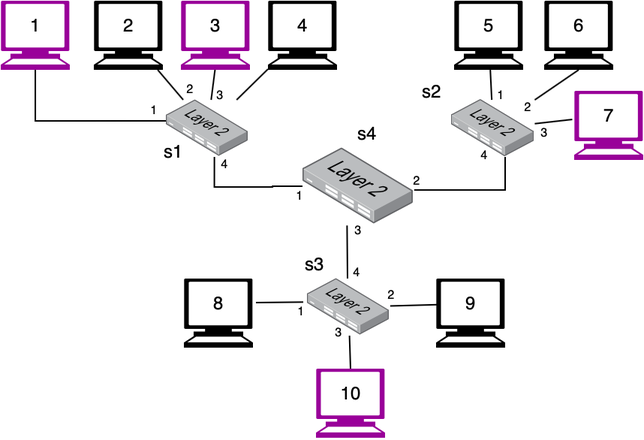
t-lin/ECE361-handouts keeps this draw.io diagram as lab5/images/part-2-sw-1.png. Above is the earlier version. Source tidied: cells renumbered, new cells last; positions are measured from the earlier drawing's top-left corner, leaving out a move shared by most shapes. Source of this version:
```xml
<mxGraphModel>
  <root>
    <mxCell id="0" />
    <mxCell id="1" parent="0" />
    <mxCell id="2" style="edgeStyle=orthogonalEdgeStyle;rounded=0;jettySize=auto;html=1;startArrow=none;startFill=0;endArrow=none;endFill=0;entryX=0.583;entryY=1;entryDx=0;entryDy=0;entryPerimeter=0;" parent="1" edge="1" source="26" target="4">
      <mxGeometry relative="1" as="geometry" />
    </mxCell>
    <mxCell id="3" style="edgeStyle=orthogonalEdgeStyle;rounded=0;jettySize=auto;html=1;startArrow=none;startFill=0;endArrow=none;endFill=0;" parent="1" edge="1" source="11" target="26">
      <mxGeometry relative="1" as="geometry">
        <Array as="points">
          <mxPoint x="336" y="126" />
        </Array>
      </mxGeometry>
    </mxCell>
    <mxCell id="4" style="points=[];html=1;align=center;shadow=0;dashed=0;image;image=img/lib/allied_telesis/switch/Switch_24_port_L2.svg;" parent="1" vertex="1">
      <mxGeometry x="110" y="66" width="55.4" height="38" as="geometry" />
    </mxCell>
    <mxCell id="5" style="rounded=0;jettySize=auto;html=1;endArrow=none;endFill=0;exitX=0.487;exitY=0;exitDx=0;exitDy=0;exitPerimeter=0;entryX=0.399;entryY=1.013;entryDx=0;entryDy=0;entryPerimeter=0;" parent="1" edge="1" source="8" target="26">
      <mxGeometry relative="1" as="geometry" />
    </mxCell>
    <mxCell id="6" style="edgeStyle=none;rounded=0;jettySize=auto;html=1;entryX=0.5;entryY=0;entryDx=0;entryDy=0;entryPerimeter=0;endArrow=none;endFill=0;" parent="1" edge="1" source="8" target="51">
      <mxGeometry relative="1" as="geometry" />
    </mxCell>
    <mxCell id="7" style="edgeStyle=none;rounded=0;jettySize=auto;html=1;entryX=0.051;entryY=0.377;entryDx=0;entryDy=0;entryPerimeter=0;endArrow=none;endFill=0;" parent="1" edge="1" source="8" target="41">
      <mxGeometry relative="1" as="geometry" />
    </mxCell>
    <mxCell id="8" style="points=[];html=1;align=center;shadow=0;dashed=0;image;image=img/lib/allied_telesis/switch/Switch_24_port_L2.svg;" parent="1" vertex="1">
      <mxGeometry x="204" y="185" width="55.4" height="38" as="geometry" />
    </mxCell>
    <mxCell id="9" value="s2" style="text;html=1;align=center;verticalAlign=middle;" parent="1" vertex="1">
      <mxGeometry x="272" y="50" width="30" height="20" as="geometry" />
    </mxCell>
    <mxCell id="10" value="s1" style="text;html=1;align=center;verticalAlign=middle;" parent="1" vertex="1">
      <mxGeometry x="100" y="90" width="30" height="20" as="geometry" />
    </mxCell>
    <mxCell id="11" style="points=[];html=1;align=center;shadow=0;dashed=0;image;image=img/lib/allied_telesis/switch/Switch_24_port_L2.svg;" parent="1" vertex="1">
      <mxGeometry x="300.3" y="66" width="55.4" height="38" as="geometry" />
    </mxCell>
    <mxCell id="12" value="s4" style="text;html=1;align=center;verticalAlign=middle;" parent="1" vertex="1">
      <mxGeometry x="229.4" y="78" width="30" height="20" as="geometry" />
    </mxCell>
    <mxCell id="13" style="group;" parent="1" vertex="1">
      <mxGeometry x="62" width="46" height="46" as="geometry" />
    </mxCell>
    <mxCell id="14" style="shape=mxgraph.signs.tech.computer;html=1;fillColor=#000000;strokeColor=none;verticalLabelPosition=bottom;verticalAlign=top;align=center;" parent="13" vertex="1">
      <mxGeometry width="46" height="46" as="geometry" />
    </mxCell>
    <mxCell id="15" value="2" style="text;html=1;align=center;verticalAlign=middle;" parent="13" vertex="1">
      <mxGeometry x="13" y="6" width="20" height="20" as="geometry" />
    </mxCell>
    <mxCell id="16" style="group;" parent="1" vertex="1">
      <mxGeometry x="178" width="46" height="46" as="geometry" />
    </mxCell>
    <mxCell id="17" style="shape=mxgraph.signs.tech.computer;html=1;fillColor=#000000;strokeColor=none;verticalLabelPosition=bottom;verticalAlign=top;align=center;" parent="16" vertex="1">
      <mxGeometry width="46" height="46" as="geometry" />
    </mxCell>
    <mxCell id="18" value="4" style="text;html=1;align=center;verticalAlign=middle;" parent="16" vertex="1">
      <mxGeometry x="13" y="6" width="20" height="20" as="geometry" />
    </mxCell>
    <mxCell id="19" style="group;" parent="1" vertex="1">
      <mxGeometry width="46" height="46" as="geometry" />
    </mxCell>
    <mxCell id="20" style="shape=mxgraph.signs.tech.computer;html=1;fillColor=#990099;strokeColor=none;verticalLabelPosition=bottom;verticalAlign=top;align=center;" parent="19" vertex="1">
      <mxGeometry width="46" height="46" as="geometry" />
    </mxCell>
    <mxCell id="21" value="1" style="text;html=1;align=center;verticalAlign=middle;" parent="19" vertex="1">
      <mxGeometry x="13" y="6" width="20" height="20" as="geometry" />
    </mxCell>
    <mxCell id="22" style="edgeStyle=none;rounded=0;jettySize=auto;html=1;endArrow=none;endFill=0;exitX=0.499;exitY=0.961;exitDx=0;exitDy=0;exitPerimeter=0;" parent="1" edge="1" source="48" target="4">
      <mxGeometry relative="1" as="geometry" />
    </mxCell>
    <mxCell id="23" style="edgeStyle=none;rounded=0;jettySize=auto;html=1;endArrow=none;endFill=0;" parent="1" edge="1" source="17" target="4">
      <mxGeometry relative="1" as="geometry" />
    </mxCell>
    <mxCell id="24" style="edgeStyle=none;rounded=0;jettySize=auto;html=1;endArrow=none;endFill=0;" parent="1" edge="1" source="14" target="4">
      <mxGeometry relative="1" as="geometry" />
    </mxCell>
    <mxCell id="25" style="edgeStyle=orthogonalEdgeStyle;rounded=0;jettySize=auto;html=1;entryX=0;entryY=0.368;entryDx=0;entryDy=0;entryPerimeter=0;endArrow=none;endFill=0;" parent="1" edge="1" source="20" target="4">
      <mxGeometry relative="1" as="geometry">
        <Array as="points">
          <mxPoint x="23" y="80" />
        </Array>
      </mxGeometry>
    </mxCell>
    <mxCell id="26" style="points=[];html=1;align=center;shadow=0;dashed=0;image;image=img/lib/allied_telesis/switch/Switch_24_port_L2.svg;" parent="1" vertex="1">
      <mxGeometry x="201" y="98" width="74.4" height="51" as="geometry" />
    </mxCell>
    <mxCell id="27" style="group;fillColor=#ffffff;" parent="1" vertex="1">
      <mxGeometry x="302" width="46" height="46" as="geometry" />
    </mxCell>
    <mxCell id="28" style="shape=mxgraph.signs.tech.computer;html=1;fillColor=#000000;strokeColor=none;verticalLabelPosition=bottom;verticalAlign=top;align=center;" parent="27" vertex="1">
      <mxGeometry width="46" height="46" as="geometry" />
    </mxCell>
    <mxCell id="29" value="5" style="text;html=1;align=center;verticalAlign=middle;" parent="27" vertex="1">
      <mxGeometry x="13" y="6" width="20" height="20" as="geometry" />
    </mxCell>
    <mxCell id="30" style="group;" parent="1" vertex="1">
      <mxGeometry x="362" width="46" height="46" as="geometry" />
    </mxCell>
    <mxCell id="31" style="shape=mxgraph.signs.tech.computer;html=1;fillColor=#000000;strokeColor=none;verticalLabelPosition=bottom;verticalAlign=top;align=center;" parent="30" vertex="1">
      <mxGeometry width="46" height="46" as="geometry" />
    </mxCell>
    <mxCell id="32" value="6" style="text;html=1;align=center;verticalAlign=middle;" parent="30" vertex="1">
      <mxGeometry x="13" y="6" width="20" height="20" as="geometry" />
    </mxCell>
    <mxCell id="33" style="group;" parent="1" vertex="1">
      <mxGeometry x="382" y="60" width="46" height="46" as="geometry" />
    </mxCell>
    <mxCell id="34" style="shape=mxgraph.signs.tech.computer;html=1;fillColor=#990099;strokeColor=none;verticalLabelPosition=bottom;verticalAlign=top;align=center;" parent="33" vertex="1">
      <mxGeometry width="46" height="46" as="geometry" />
    </mxCell>
    <mxCell id="35" value="7" style="text;html=1;align=center;verticalAlign=middle;" parent="33" vertex="1">
      <mxGeometry x="13" y="6" width="20" height="20" as="geometry" />
    </mxCell>
    <mxCell id="36" style="rounded=0;jettySize=auto;html=1;endArrow=none;endFill=0;" parent="1" edge="1" source="28" target="11">
      <mxGeometry relative="1" as="geometry" />
    </mxCell>
    <mxCell id="37" style="edgeStyle=none;rounded=0;jettySize=auto;html=1;exitX=0.5;exitY=1;exitDx=0;exitDy=0;exitPerimeter=0;endArrow=none;endFill=0;" parent="1" edge="1" source="31" target="11">
      <mxGeometry relative="1" as="geometry" />
    </mxCell>
    <mxCell id="38" style="edgeStyle=none;rounded=0;jettySize=auto;html=1;endArrow=none;endFill=0;exitX=-0.028;exitY=0.414;exitDx=0;exitDy=0;exitPerimeter=0;" parent="1" edge="1" source="34" target="11">
      <mxGeometry relative="1" as="geometry" />
    </mxCell>
    <mxCell id="39" value="s3" style="text;html=1;align=center;verticalAlign=middle;" parent="1" vertex="1">
      <mxGeometry x="194" y="165" width="30" height="20" as="geometry" />
    </mxCell>
    <mxCell id="40" style="group;" parent="1" vertex="1">
      <mxGeometry x="290" y="185" width="46" height="46" as="geometry" />
    </mxCell>
    <mxCell id="41" style="shape=mxgraph.signs.tech.computer;html=1;fillColor=#000000;strokeColor=none;verticalLabelPosition=bottom;verticalAlign=top;align=center;" parent="40" vertex="1">
      <mxGeometry width="46" height="46" as="geometry" />
    </mxCell>
    <mxCell id="42" value="9" style="text;html=1;align=center;verticalAlign=middle;" parent="40" vertex="1">
      <mxGeometry x="13" y="6" width="20" height="20" as="geometry" />
    </mxCell>
    <mxCell id="43" style="group;" parent="1" vertex="1">
      <mxGeometry x="122" y="185" width="46" height="46" as="geometry" />
    </mxCell>
    <mxCell id="44" style="shape=mxgraph.signs.tech.computer;html=1;fillColor=#000000;strokeColor=none;verticalLabelPosition=bottom;verticalAlign=top;align=center;" parent="43" vertex="1">
      <mxGeometry width="46" height="46" as="geometry" />
    </mxCell>
    <mxCell id="45" value="8" style="text;html=1;align=center;verticalAlign=middle;" parent="43" vertex="1">
      <mxGeometry x="13" y="6" width="20" height="20" as="geometry" />
    </mxCell>
    <mxCell id="46" style="edgeStyle=none;rounded=0;jettySize=auto;html=1;entryX=-0.045;entryY=0.412;entryDx=0;entryDy=0;entryPerimeter=0;endArrow=none;endFill=0;" parent="1" edge="1" target="8">
      <mxGeometry relative="1" as="geometry">
        <mxPoint x="170" y="201" as="sourcePoint" />
      </mxGeometry>
    </mxCell>
    <mxCell id="47" style="group;" parent="1" vertex="1">
      <mxGeometry x="120" width="46" height="46" as="geometry" />
    </mxCell>
    <mxCell id="48" style="shape=mxgraph.signs.tech.computer;html=1;fillColor=#990099;strokeColor=none;verticalLabelPosition=bottom;verticalAlign=top;align=center;" parent="47" vertex="1">
      <mxGeometry width="46" height="46" as="geometry" />
    </mxCell>
    <mxCell id="49" value="3" style="text;html=1;align=center;verticalAlign=middle;" parent="47" vertex="1">
      <mxGeometry x="13" y="6" width="20" height="20" as="geometry" />
    </mxCell>
    <mxCell id="50" style="group;" parent="1" vertex="1">
      <mxGeometry x="210" y="245" width="46" height="46" as="geometry" />
    </mxCell>
    <mxCell id="51" style="shape=mxgraph.signs.tech.computer;html=1;fillColor=#990099;strokeColor=none;verticalLabelPosition=bottom;verticalAlign=top;align=center;" parent="50" vertex="1">
      <mxGeometry width="46" height="46" as="geometry" />
    </mxCell>
    <mxCell id="52" value="10" style="text;html=1;align=center;verticalAlign=middle;" parent="50" vertex="1">
      <mxGeometry x="8" y="6" width="30" height="20" as="geometry" />
    </mxCell>
    <mxCell id="53" value="&lt;font style=&quot;font-size: 8px&quot;&gt;1&lt;/font&gt;" style="text;html=1;align=center;verticalAlign=middle;" parent="1" vertex="1">
      <mxGeometry x="92" y="61" width="20" height="20" as="geometry" />
    </mxCell>
    <mxCell id="54" value="&lt;font style=&quot;font-size: 8px&quot;&gt;1&lt;/font&gt;" style="text;html=1;align=center;verticalAlign=middle;" parent="1" vertex="1">
      <mxGeometry x="189" y="117.5" width="20" height="20" as="geometry" />
    </mxCell>
    <mxCell id="55" value="&lt;font style=&quot;font-size: 8px&quot;&gt;1&lt;/font&gt;" style="text;html=1;align=center;verticalAlign=middle;" parent="1" vertex="1">
      <mxGeometry x="190" y="195" width="20" height="20" as="geometry" />
    </mxCell>
    <mxCell id="56" value="&lt;font style=&quot;font-size: 8px&quot;&gt;1&lt;/font&gt;" style="text;html=1;align=center;verticalAlign=middle;" parent="1" vertex="1">
      <mxGeometry x="323" y="51" width="20" height="20" as="geometry" />
    </mxCell>
    <mxCell id="57" value="&lt;font style=&quot;font-size: 8px&quot;&gt;2&lt;/font&gt;" style="text;html=1;align=center;verticalAlign=middle;" parent="1" vertex="1">
      <mxGeometry x="116" y="47" width="20" height="20" as="geometry" />
    </mxCell>
    <mxCell id="58" value="&lt;font style=&quot;font-size: 8px&quot;&gt;3&lt;/font&gt;" style="text;html=1;align=center;verticalAlign=middle;" parent="1" vertex="1">
      <mxGeometry x="136" y="51" width="20" height="20" as="geometry" />
    </mxCell>
    <mxCell id="59" value="&lt;font style=&quot;font-size: 8px&quot;&gt;2&lt;/font&gt;" style="text;html=1;align=center;verticalAlign=middle;" parent="1" vertex="1">
      <mxGeometry x="267" y="108" width="20" height="20" as="geometry" />
    </mxCell>
    <mxCell id="60" value="&lt;font style=&quot;font-size: 8px&quot;&gt;2&lt;/font&gt;" style="text;html=1;align=center;verticalAlign=middle;" parent="1" vertex="1">
      <mxGeometry x="341" y="59" width="20" height="20" as="geometry" />
    </mxCell>
    <mxCell id="61" value="&lt;font style=&quot;font-size: 8px&quot;&gt;2&lt;/font&gt;" style="text;html=1;align=center;verticalAlign=middle;" parent="1" vertex="1">
      <mxGeometry x="250" y="184" width="20" height="20" as="geometry" />
    </mxCell>
    <mxCell id="62" value="&lt;font style=&quot;font-size: 8px&quot;&gt;3&lt;/font&gt;" style="text;html=1;align=center;verticalAlign=middle;" parent="1" vertex="1">
      <mxGeometry x="228.4" y="140.5" width="20" height="20" as="geometry" />
    </mxCell>
    <mxCell id="63" value="&lt;font style=&quot;font-size: 8px&quot;&gt;3&lt;/font&gt;" style="text;html=1;align=center;verticalAlign=middle;" parent="1" vertex="1">
      <mxGeometry x="352" y="76" width="20" height="20" as="geometry" />
    </mxCell>
    <mxCell id="64" value="&lt;font style=&quot;font-size: 8px&quot;&gt;3&lt;/font&gt;" style="text;html=1;align=center;verticalAlign=middle;" parent="1" vertex="1">
      <mxGeometry x="215.4" y="209" width="20" height="20" as="geometry" />
    </mxCell>
    <mxCell id="65" value="&lt;font style=&quot;font-size: 8px&quot;&gt;4&lt;/font&gt;" style="text;html=1;align=center;verticalAlign=middle;" parent="1" vertex="1">
      <mxGeometry x="227.2" y="169" width="20" height="20" as="geometry" />
    </mxCell>
    <mxCell id="66" value="&lt;font style=&quot;font-size: 8px&quot;&gt;4&lt;/font&gt;" style="text;html=1;align=center;verticalAlign=middle;" parent="1" vertex="1">
      <mxGeometry x="139" y="97" width="20" height="20" as="geometry" />
    </mxCell>
    <mxCell id="67" value="&lt;font style=&quot;font-size: 8px&quot;&gt;4&lt;/font&gt;" style="text;html=1;align=center;verticalAlign=middle;" parent="1" vertex="1">
      <mxGeometry x="312" y="91" width="20" height="20" as="geometry" />
    </mxCell>
  </root>
</mxGraphModel>
```
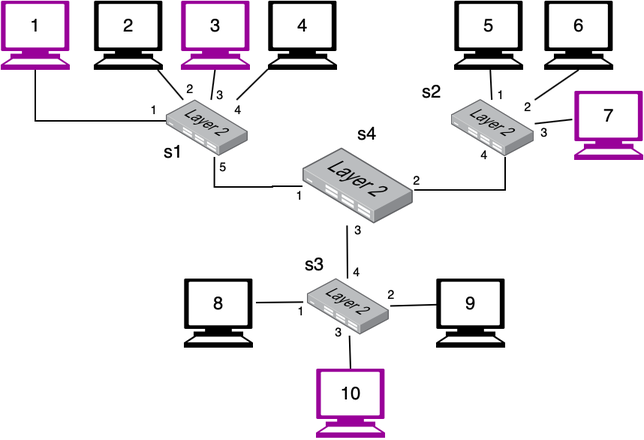
The same file after the commit.

Commit message:
Update the VLAN images with correct port numbers.

The edit, as a diff of the source:
```diff
@@ -205,10 +205,13 @@
       <mxGeometry x="227.2" y="169" width="20" height="20" as="geometry" />
     </mxCell>
     <mxCell id="66" value="&lt;font style=&quot;font-size: 8px&quot;&gt;4&lt;/font&gt;" style="text;html=1;align=center;verticalAlign=middle;" parent="1" vertex="1">
-      <mxGeometry x="139" y="97" width="20" height="20" as="geometry" />
+      <mxGeometry x="148" y="61" width="20" height="20" as="geometry" />
     </mxCell>
     <mxCell id="67" value="&lt;font style=&quot;font-size: 8px&quot;&gt;4&lt;/font&gt;" style="text;html=1;align=center;verticalAlign=middle;" parent="1" vertex="1">
       <mxGeometry x="312" y="91" width="20" height="20" as="geometry" />
     </mxCell>
+    <mxCell id="68" value="&lt;font style=&quot;font-size: 8px&quot;&gt;5&lt;/font&gt;" style="text;html=1;align=center;verticalAlign=middle;" parent="1" vertex="1">
+      <mxGeometry x="138.4" y="99" width="20" height="20" as="geometry" />
+    </mxCell>
   </root>
 </mxGraphModel>
```
